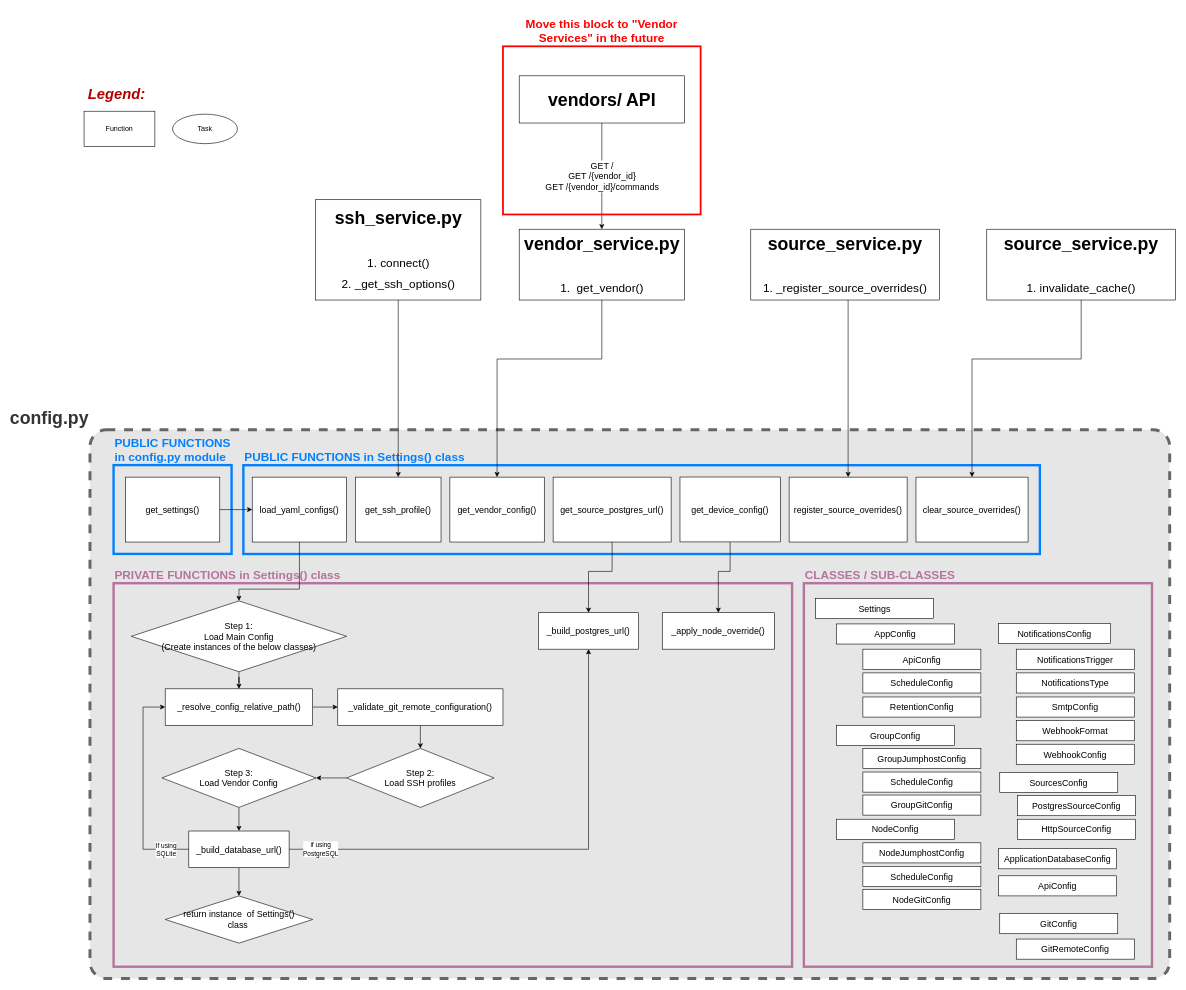
casudo/KiwiSSH keeps this draw.io diagram as page "config.py" (3 of 4) of KiwiSSH.drawio. Above is the earlier version. Source tidied: cells renumbered, new cells numbered last; positions are measured from the earlier drawing's top-left corner, leaving out a move shared by most shapes. Both pictures are drawn from the tidied source at 59%, with x=0, y=0 at pixel (84, 46).
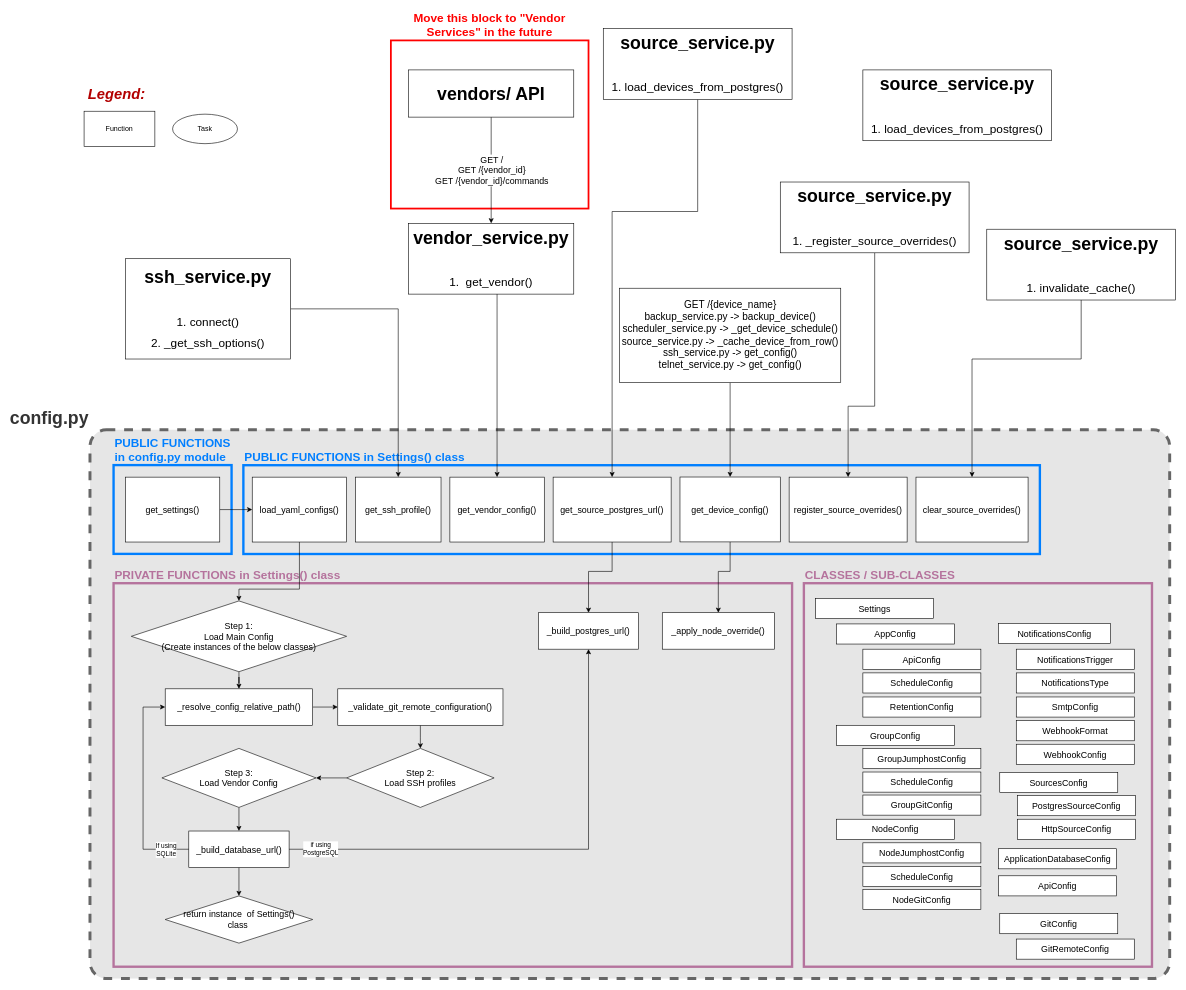
After the change.

Commit message:
docs: update calls for `get_device_config()`

The change refers to these unchanged cells:
```xml
<mxCell id="9" value="get_source_postgres_url()" style="rounded=0;whiteSpace=wrap;html=1;fontSize=15;" parent="1" vertex="1">
  <mxGeometry x="795" y="730.2" width="200" height="110" as="geometry" />
</mxCell>
<mxCell id="11" value="&lt;div style=&quot;font-size: 15px;&quot;&gt;get_vendor_config()&lt;br style=&quot;font-size: 15px;&quot;&gt;&lt;/div&gt;" style="rounded=0;whiteSpace=wrap;html=1;fontSize=15;" parent="1" vertex="1">
  <mxGeometry x="620" y="730.2" width="160" height="110" as="geometry" />
</mxCell>
<mxCell id="20" value="register_source_overrides()" style="rounded=0;whiteSpace=wrap;html=1;fontSize=15;" parent="1" vertex="1">
  <mxGeometry x="1195" y="730.2" width="200" height="110" as="geometry" />
</mxCell>
<mxCell id="23" value="get_device_config()" style="rounded=0;whiteSpace=wrap;html=1;fontSize=15;" parent="1" vertex="1">
  <mxGeometry x="1010" y="730" width="170" height="110" as="geometry" />
</mxCell>
```

The edit, as a diff of the source:
```diff
@@
+    <mxCell id="73" value="Move this block to &quot;Vendor Services&quot; in the future" style="rounded=0;whiteSpace=wrap;html=1;strokeColor=#FF0000;strokeWidth=3;fillColor=none;fontStyle=1;fontColor=#FF0000;labelPosition=center;verticalLabelPosition=top;align=center;verticalAlign=bottom;fontSize=20;" parent="1" vertex="1">
+      <mxGeometry x="520" y="-10" width="335" height="285" as="geometry" />
+    </mxCell>
     <mxCell id="2" value="vendor_service.py&lt;div&gt;&lt;br&gt;&lt;/div&gt;&lt;div&gt;&lt;span style=&quot;font-weight: normal;&quot;&gt;&lt;font style=&quot;font-size: 20px;&quot;&gt;1.&amp;nbsp; get_vendor()&lt;/font&gt;&lt;/span&gt;&lt;/div&gt;" style="rounded=0;whiteSpace=wrap;html=1;fontSize=30;fontStyle=1;" parent="1" vertex="1">
-      <mxGeometry x="737.5" y="310" width="280" height="120" as="geometry" />
+      <mxGeometry x="550" y="300" width="280" height="120" as="geometry" />
     </mxCell>
@@
     <mxCell id="16" value="ssh_service.py&lt;div&gt;&lt;br&gt;&lt;/div&gt;&lt;div&gt;&lt;span style=&quot;font-weight: normal;&quot;&gt;&lt;font style=&quot;font-size: 20px;&quot;&gt;1. connect()&lt;/font&gt;&lt;/span&gt;&lt;/div&gt;&lt;div&gt;&lt;span style=&quot;font-weight: normal;&quot;&gt;&lt;font style=&quot;font-size: 20px;&quot;&gt;2. _get_ssh_options()&lt;/font&gt;&lt;/span&gt;&lt;br&gt;&lt;/div&gt;" style="rounded=0;whiteSpace=wrap;html=1;fontSize=30;fontStyle=1;" parent="1" vertex="1">
-      <mxGeometry x="392.5" y="260" width="280" height="170" as="geometry" />
+      <mxGeometry x="70" y="360" width="280" height="170" as="geometry" />
     </mxCell>
@@
     <mxCell id="69" value="vendors/ API" style="rounded=0;whiteSpace=wrap;html=1;fontSize=30;fontStyle=1;" parent="1" vertex="1">
-      <mxGeometry x="737.5" y="50" width="280" height="80" as="geometry" />
+      <mxGeometry x="550" y="40" width="280" height="80" as="geometry" />
     </mxCell>
     <mxCell id="70" style="edgeStyle=orthogonalEdgeStyle;rounded=0;jettySize=auto;html=1;" parent="1" edge="1" source="2" target="11">
       <mxGeometry relative="1" as="geometry">
         <Array as="points">
-          <mxPoint x="877.4" y="530" />
-          <mxPoint x="700" y="530" />
+          <mxPoint x="700" y="440" />
+          <mxPoint x="700" y="440" />
         </Array>
       </mxGeometry>
     </mxCell>
-    <mxCell id="71" style="edgeStyle=orthogonalEdgeStyle;rounded=0;jettySize=auto;html=1;entryX=0.5;entryY=0;entryDx=0;entryDy=0;" parent="1" edge="1" source="72" target="20">
+    <mxCell id="71" style="edgeStyle=orthogonalEdgeStyle;rounded=0;jettySize=auto;html=1;entryX=0.5;entryY=0;entryDx=0;entryDy=0;exitX=0.5;exitY=1;exitDx=0;exitDy=0;" parent="1" edge="1" source="72" target="20">
       <mxGeometry relative="1" as="geometry">
         <Array as="points">
-          <mxPoint x="1295" y="510" />
-          <mxPoint x="1295" y="510" />
+          <mxPoint x="1340" y="610" />
+          <mxPoint x="1295" y="610" />
         </Array>
       </mxGeometry>
     </mxCell>
     <mxCell id="72" value="source_service.py&lt;div&gt;&lt;br&gt;&lt;/div&gt;&lt;div&gt;&lt;span style=&quot;font-weight: normal;&quot;&gt;&lt;font style=&quot;font-size: 20px;&quot;&gt;1. _register_source_overrides()&lt;/font&gt;&lt;/span&gt;&lt;/div&gt;" style="rounded=0;whiteSpace=wrap;html=1;fontSize=30;fontStyle=1;" parent="1" vertex="1">
-      <mxGeometry x="1130" y="310" width="320" height="120" as="geometry" />
+      <mxGeometry x="1180" y="230" width="320" height="120" as="geometry" />
     </mxCell>
-    <mxCell id="73" value="Move this block to &quot;Vendor Services&quot; in the future" style="rounded=0;whiteSpace=wrap;html=1;strokeColor=#FF0000;strokeWidth=3;fillColor=none;fontStyle=1;fontColor=#FF0000;labelPosition=center;verticalLabelPosition=top;align=center;verticalAlign=bottom;fontSize=20;" parent="1" vertex="1">
-      <mxGeometry x="710" width="335" height="285" as="geometry" />
-    </mxCell>
@@
+    <mxCell id="79" style="edgeStyle=orthogonalEdgeStyle;rounded=0;jettySize=auto;html=1;entryX=0.5;entryY=0;entryDx=0;entryDy=0;" parent="1" edge="1" source="80" target="9">
+      <mxGeometry relative="1" as="geometry">
+        <Array as="points">
+          <mxPoint x="1040" y="280" />
+          <mxPoint x="895" y="280" />
+        </Array>
+      </mxGeometry>
+    </mxCell>
+    <mxCell id="80" value="source_service.py&lt;div&gt;&lt;br&gt;&lt;/div&gt;&lt;div&gt;&lt;span style=&quot;font-weight: normal;&quot;&gt;&lt;font style=&quot;font-size: 20px;&quot;&gt;1. load_devices_from_postgres()&lt;/font&gt;&lt;/span&gt;&lt;/div&gt;" style="rounded=0;whiteSpace=wrap;html=1;fontSize=30;fontStyle=1;" parent="1" vertex="1">
+      <mxGeometry x="880" y="-30" width="320" height="120" as="geometry" />
+    </mxCell>
+    <mxCell id="81" value="source_service.py&lt;div&gt;&lt;br&gt;&lt;/div&gt;&lt;div&gt;&lt;span style=&quot;font-weight: normal;&quot;&gt;&lt;font style=&quot;font-size: 20px;&quot;&gt;1. load_devices_from_postgres()&lt;/font&gt;&lt;/span&gt;&lt;/div&gt;" style="rounded=0;whiteSpace=wrap;html=1;fontSize=30;fontStyle=1;" parent="1" vertex="1">
+      <mxGeometry x="1320" y="40" width="320" height="120" as="geometry" />
+    </mxCell>
+    <mxCell id="82" style="edgeStyle=orthogonalEdgeStyle;rounded=0;jettySize=auto;html=1;" parent="1" edge="1" source="83" target="23">
+      <mxGeometry relative="1" as="geometry" />
+    </mxCell>
+    <mxCell id="83" value="GET /{device_name}&lt;div&gt;backup_service.py -&amp;gt; backup_device()&lt;/div&gt;&lt;div&gt;scheduler_service.py -&amp;gt;&amp;nbsp;_get_device_schedule()&lt;/div&gt;&lt;div&gt;source_service.py -&amp;gt; _cache_device_from_row()&lt;/div&gt;&lt;div&gt;ssh_service.py -&amp;gt; get_config()&lt;/div&gt;&lt;div&gt;telnet_service.py -&amp;gt; get_config()&lt;/div&gt;" style="whiteSpace=wrap;html=1;fontSize=17;" parent="1" vertex="1">
+      <mxGeometry x="907.5" y="410" width="375" height="160" as="geometry" />
+    </mxCell>
```
